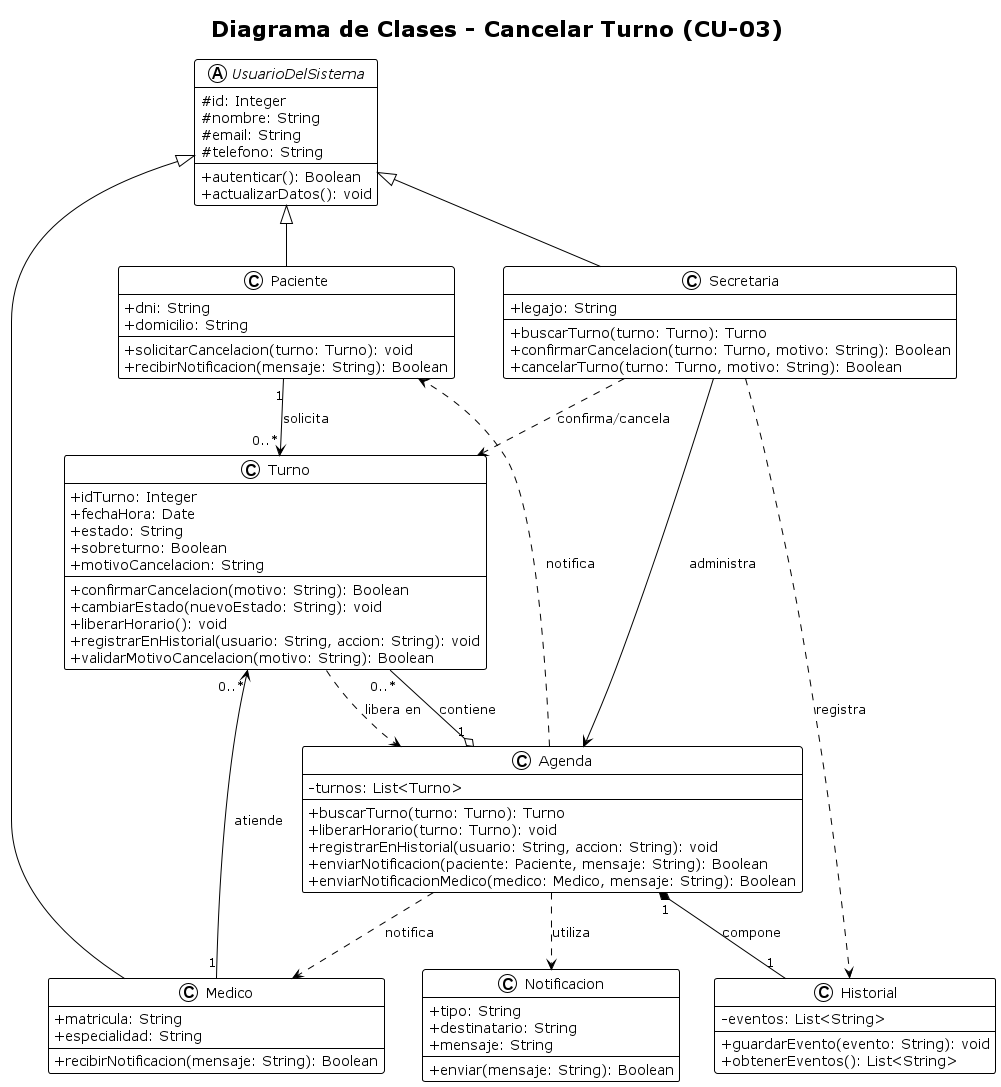
The PlantUML diagram diagramas/01-diagrama-clases/03-clases-cancelar-turno-03.png in eternalnight04/SistemaTurnosMedicos, before a commit. Source of this version:
```plantuml
@startuml
!theme plain
skinparam classAttributeIconSize 0
title Diagrama de Clases - Cancelar Turno (CU-03)

abstract class UsuarioDelSistema {
  # id: Integer
  # nombre: String
  # email: String
  # telefono: String
  --
  + autenticar(): Boolean
  + actualizarDatos(): void
}

class Paciente {
  + dni: String
  + domicilio: String
  --
  + solicitarCancelacion(turno: Turno): void
  + recibirNotificacion(mensaje: String): Boolean
}

class Secretaria {
  + legajo: String
  --
  + buscarTurno(turno: Turno): Turno
  + confirmarCancelacion(turno: Turno, motivo: String): Boolean
  + cancelarTurno(turno: Turno, motivo: String): Boolean
}

class Medico {
  + matricula: String
  + especialidad: String
  --
  + recibirNotificacion(mensaje: String): Boolean
}

class Turno {
  + idTurno: Integer
  + fechaHora: Date
  + estado: String
  + sobreturno: Boolean
  + motivoCancelacion: String
  --
  + confirmarCancelacion(motivo: String): Boolean
  + cambiarEstado(nuevoEstado: String): void
  + liberarHorario(): void
  + registrarEnHistorial(usuario: String, accion: String): void
  + validarMotivoCancelacion(motivo: String): Boolean
}

class Agenda {
  - turnos: List<Turno>
  --
  + buscarTurno(turno: Turno): Turno
  + liberarHorario(turno: Turno): void
  + registrarEnHistorial(usuario: String, accion: String): void
  + enviarNotificacion(paciente: Paciente, mensaje: String): Boolean
  + enviarNotificacionMedico(medico: Medico, mensaje: String): Boolean
}

class Historial {
  - eventos: List<String>
  --
  + guardarEvento(evento: String): void
  + obtenerEventos(): List<String>
}

class Notificacion {
  + tipo: String
  + destinatario: String
  + mensaje: String
  --
  + enviar(mensaje: String): Boolean
}

UsuarioDelSistema <|-- Paciente
UsuarioDelSistema <|-- Secretaria
UsuarioDelSistema <|-- Medico

Paciente "1" --> "0..*" Turno : solicita
Medico "1" --> "0..*" Turno : atiende
Secretaria --> Agenda : administra
Secretaria ..> Turno : confirma/cancela
Secretaria ..> Historial : registra

Agenda "1" o-- "0..*" Turno : contiene
Agenda "1" *-- "1" Historial : compone
Agenda ..> Notificacion : utiliza
Agenda ..> Paciente : notifica
Agenda ..> Medico : notifica

Turno ..> Agenda : libera en

@enduml
```
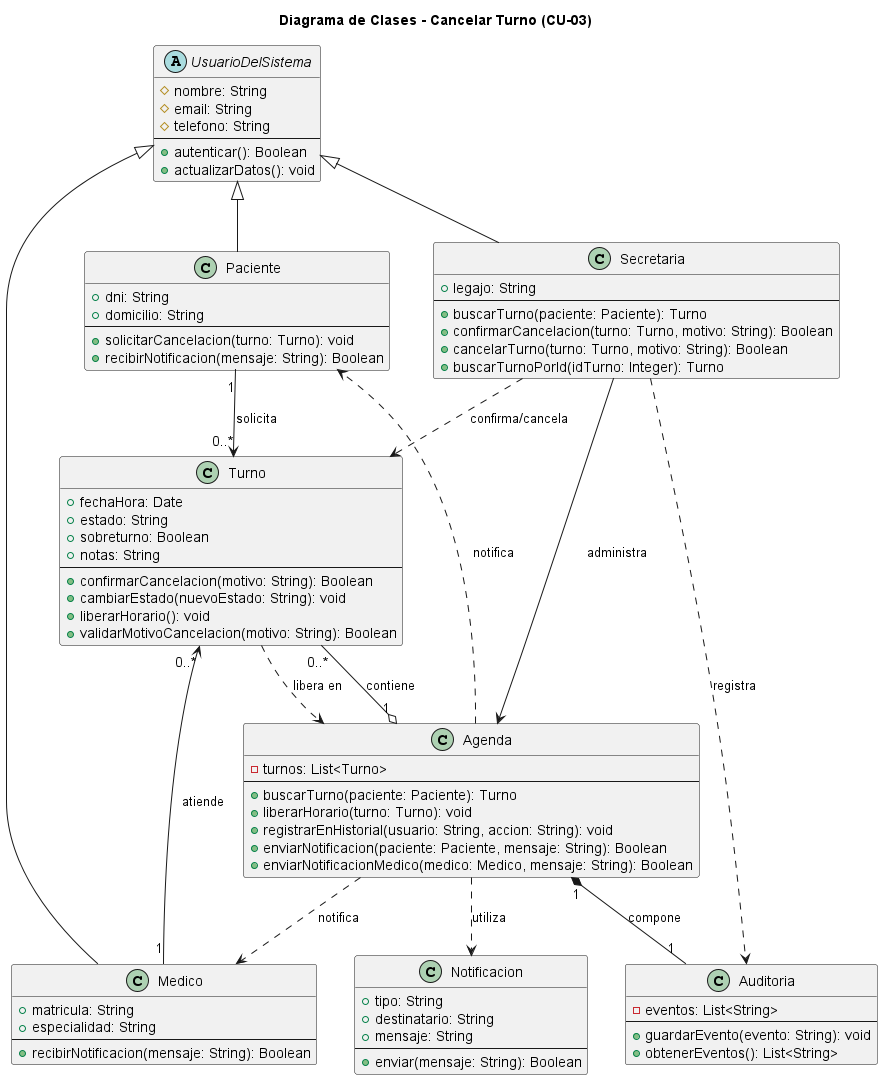
After the change.

Commit message:
fix: corregidos diagramas y archivo analisis md de crear turno

What changed in the source:
```diff
@@ -1,10 +1,9 @@
 @startuml
-!theme plain
-skinparam classAttributeIconSize 0
+
 title Diagrama de Clases - Cancelar Turno (CU-03)
 
+
 abstract class UsuarioDelSistema {
-  # id: Integer
   # nombre: String
   # email: String
   # telefono: String
@@ -12,6 +11,7 @@
   + autenticar(): Boolean
   + actualizarDatos(): void
 }
+
 
 class Paciente {
   + dni: String
@@ -24,9 +24,10 @@
 class Secretaria {
   + legajo: String
   --
-  + buscarTurno(turno: Turno): Turno
+  + buscarTurno(paciente: Paciente): Turno
   + confirmarCancelacion(turno: Turno, motivo: String): Boolean
   + cancelarTurno(turno: Turno, motivo: String): Boolean
+  + buscarTurnoPorId(idTurno: Integer): Turno
 }
 
 class Medico {
@@ -36,31 +37,30 @@
   + recibirNotificacion(mensaje: String): Boolean
 }
 
+
 class Turno {
-  + idTurno: Integer
   + fechaHora: Date
   + estado: String
   + sobreturno: Boolean
-  + motivoCancelacion: String
+  + notas: String
   --
   + confirmarCancelacion(motivo: String): Boolean
   + cambiarEstado(nuevoEstado: String): void
   + liberarHorario(): void
-  + registrarEnHistorial(usuario: String, accion: String): void
   + validarMotivoCancelacion(motivo: String): Boolean
 }
 
 class Agenda {
   - turnos: List<Turno>
   --
-  + buscarTurno(turno: Turno): Turno
+  + buscarTurno(paciente: Paciente): Turno
   + liberarHorario(turno: Turno): void
   + registrarEnHistorial(usuario: String, accion: String): void
   + enviarNotificacion(paciente: Paciente, mensaje: String): Boolean
   + enviarNotificacionMedico(medico: Medico, mensaje: String): Boolean
 }
 
-class Historial {
+class Auditoria {
   - eventos: List<String>
   --
   + guardarEvento(evento: String): void
@@ -75,6 +75,7 @@
   + enviar(mensaje: String): Boolean
 }
 
+
 UsuarioDelSistema <|-- Paciente
 UsuarioDelSistema <|-- Secretaria
 UsuarioDelSistema <|-- Medico
@@ -83,10 +84,10 @@
 Medico "1" --> "0..*" Turno : atiende
 Secretaria --> Agenda : administra
 Secretaria ..> Turno : confirma/cancela
-Secretaria ..> Historial : registra
+Secretaria ..> Auditoria : registra
 
 Agenda "1" o-- "0..*" Turno : contiene
-Agenda "1" *-- "1" Historial : compone
+Agenda "1" *-- "1" Auditoria : compone
 Agenda ..> Notificacion : utiliza
 Agenda ..> Paciente : notifica
 Agenda ..> Medico : notifica
```
